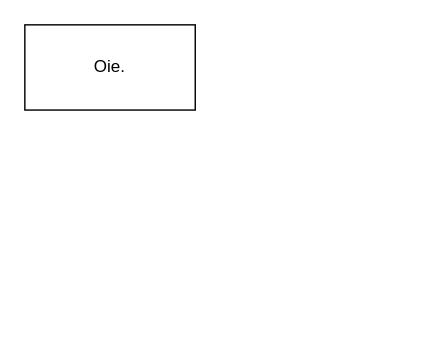
Earlier version of the draw.io diagram Teste integração github.drawio (alisson-tres/core-poc-devextreme). Source tidied: cells renumbered, new cells numbered last; positions are measured from the earlier drawing's top-left corner, leaving out a move shared by most shapes. Both pictures are drawn from the tidied source at 142%, with x=0, y=0 at pixel (24, 24).
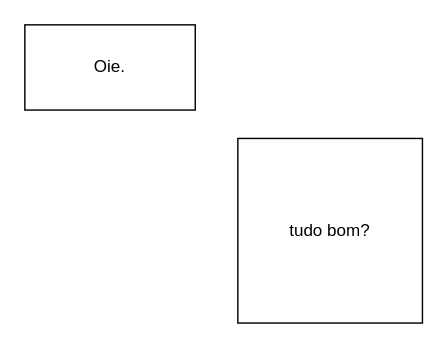
The same page after the edit.

The edit, as a diff of the source:
```diff
@@
 <mxGraphModel>
   <root>
     <mxCell id="0" />
     <mxCell id="1" parent="0" />
     <mxCell id="2" value="Oie." style="rounded=0;whiteSpace=wrap;html=1;" parent="1" vertex="1">
       <mxGeometry width="120" height="60" as="geometry" />
     </mxCell>
+    <mxCell id="3" value="tudo bom?" style="whiteSpace=wrap;html=1;" parent="1" vertex="1">
+      <mxGeometry x="150" y="80" width="130" height="130" as="geometry" />
+    </mxCell>
   </root>
 </mxGraphModel>
```
